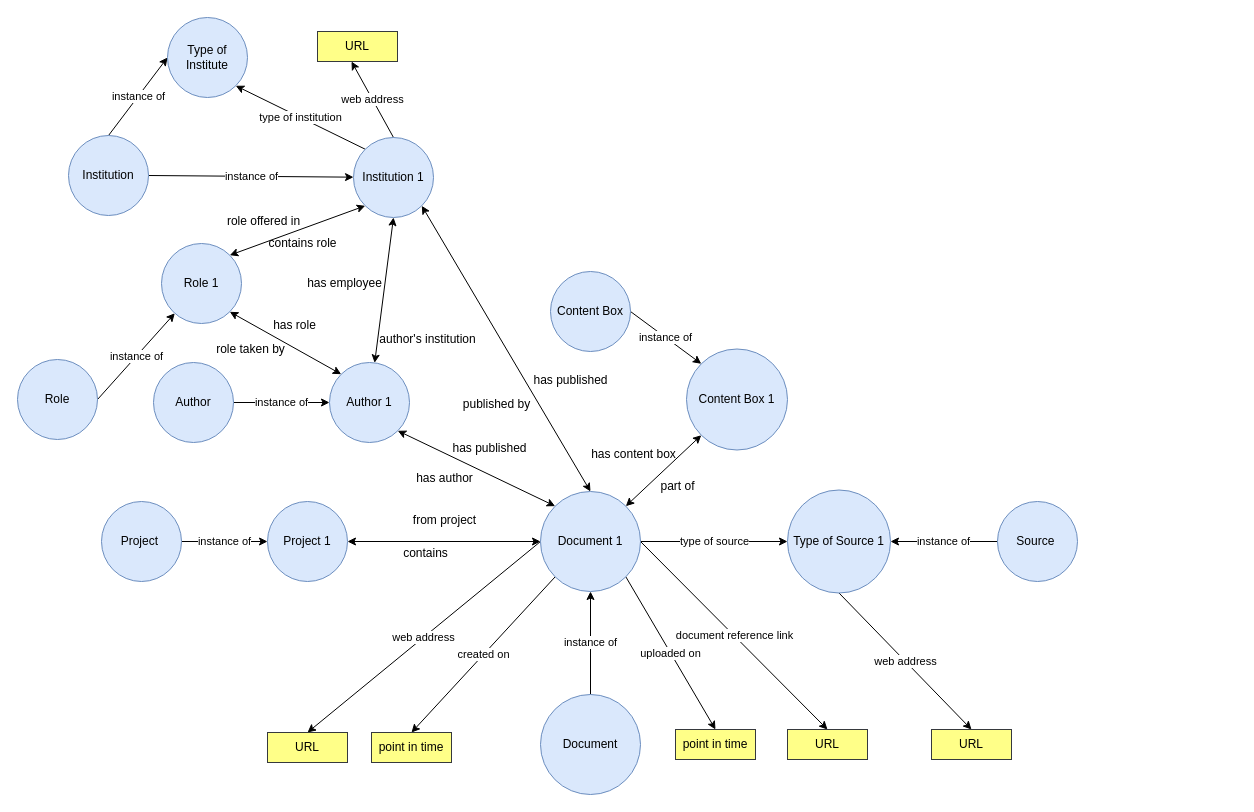
Before: data/notes/WI-IAT2022-Ontology.drawio in argahsuknesib/DisabilityWikibase-DocumentMetaData, a draw.io diagram. Source tidied: cells renumbered, new cells numbered last; positions are measured from the earlier drawing's top-left corner, leaving out a move shared by most shapes. Both pictures are drawn from the tidied source at 100%, with x=0, y=0 at pixel (17, 17).
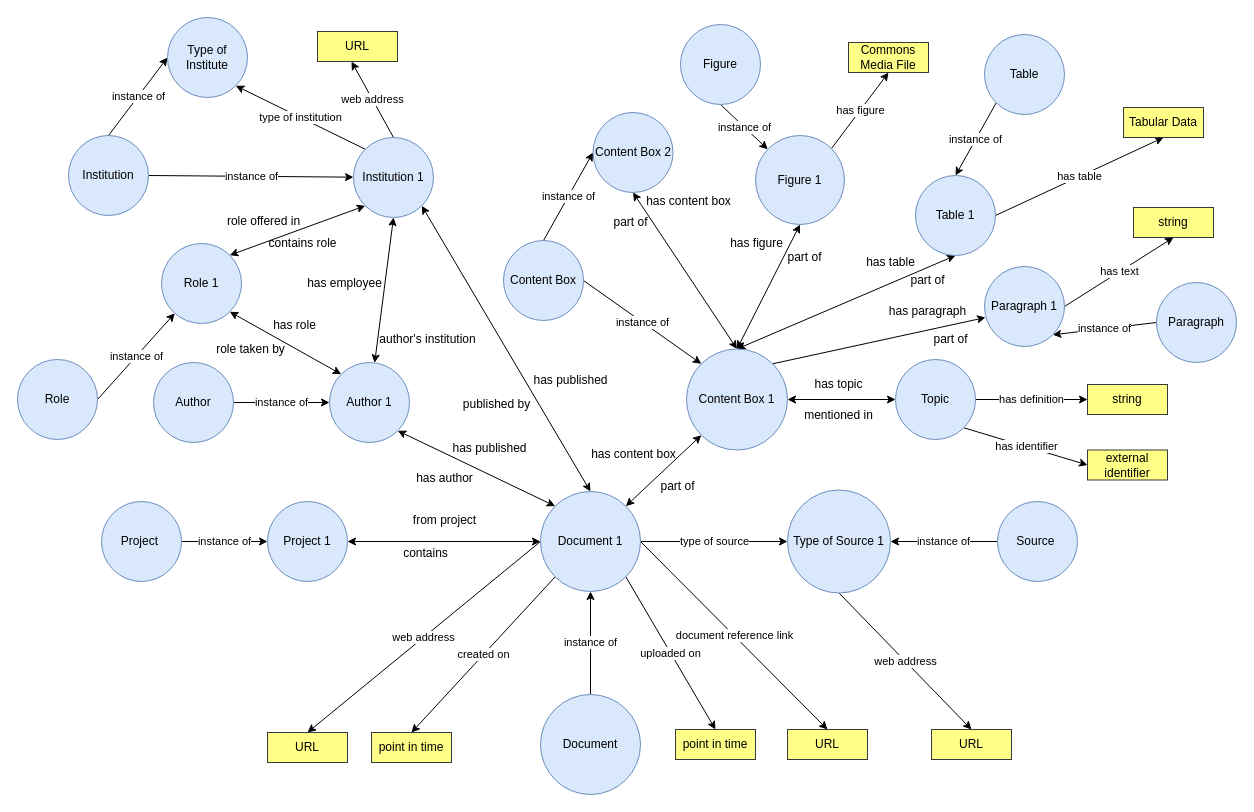
The same page after the edit.

Unchanged cells that the change refers to:
```xml
<mxCell id="55" value="Content Box 1" style="ellipse;whiteSpace=wrap;html=1;fillColor=#dae8fc;strokeColor=#6c8ebf;" parent="1" vertex="1">
  <mxGeometry x="669" y="331.5" width="101" height="101" as="geometry" />
</mxCell>
```

What changed in the source:
```diff
@@
+    <mxCell id="60" style="edgeStyle=none;rounded=0;jettySize=auto;html=1;exitX=1;exitY=0.5;exitDx=0;exitDy=0;startArrow=classic;startFill=1;" parent="1" edge="1" source="55" target="68">
+      <mxGeometry relative="1" as="geometry" />
+    </mxCell>
+    <mxCell id="61" style="edgeStyle=none;rounded=0;jettySize=auto;html=1;exitX=1;exitY=0;exitDx=0;exitDy=0;entryX=0.013;entryY=0.638;entryDx=0;entryDy=0;entryPerimeter=0;startArrow=none;startFill=0;" parent="1" edge="1" source="55" target="74">
+      <mxGeometry relative="1" as="geometry" />
+    </mxCell>
+    <mxCell id="62" style="edgeStyle=none;rounded=0;jettySize=auto;html=1;exitX=0.5;exitY=0;exitDx=0;exitDy=0;entryX=0.5;entryY=1;entryDx=0;entryDy=0;startArrow=classic;startFill=1;" parent="1" edge="1" source="55" target="76">
+      <mxGeometry relative="1" as="geometry" />
+    </mxCell>
+    <mxCell id="63" style="edgeStyle=none;rounded=0;jettySize=auto;html=1;exitX=0.5;exitY=0;exitDx=0;exitDy=0;entryX=0.5;entryY=1;entryDx=0;entryDy=0;startArrow=classic;startFill=1;" parent="1" edge="1" source="55" target="78">
+      <mxGeometry relative="1" as="geometry" />
+    </mxCell>
+    <mxCell id="64" style="edgeStyle=none;rounded=0;jettySize=auto;html=1;exitX=0.5;exitY=0;exitDx=0;exitDy=0;entryX=0.5;entryY=1;entryDx=0;entryDy=0;startArrow=classic;startFill=1;" parent="1" edge="1" source="55" target="85">
+      <mxGeometry relative="1" as="geometry" />
+    </mxCell>
@@
+    <mxCell id="65" value="instance of" style="edgeStyle=none;rounded=0;jettySize=auto;html=1;exitX=0.5;exitY=0;exitDx=0;exitDy=0;entryX=0;entryY=0.5;entryDx=0;entryDy=0;startArrow=none;startFill=0;" parent="1" edge="1" source="59" target="85">
+      <mxGeometry relative="1" as="geometry" />
+    </mxCell>
     <mxCell id="59" value="Content Box" style="ellipse;whiteSpace=wrap;html=1;fillColor=#dae8fc;strokeColor=#6c8ebf;" parent="1" vertex="1">
-      <mxGeometry x="533" y="254" width="80" height="80" as="geometry" />
+      <mxGeometry x="486" y="223" width="80" height="80" as="geometry" />
     </mxCell>
+    <mxCell id="66" value="has definition" style="edgeStyle=none;rounded=0;jettySize=auto;html=1;exitX=1;exitY=0.5;exitDx=0;exitDy=0;entryX=0;entryY=0.5;entryDx=0;entryDy=0;startArrow=none;startFill=0;" parent="1" edge="1" source="68" target="72">
+      <mxGeometry relative="1" as="geometry" />
+    </mxCell>
+    <mxCell id="67" value="has identifier" style="edgeStyle=none;rounded=0;jettySize=auto;html=1;exitX=1;exitY=1;exitDx=0;exitDy=0;entryX=0;entryY=0.5;entryDx=0;entryDy=0;startArrow=none;startFill=0;" parent="1" edge="1" source="68" target="71">
+      <mxGeometry relative="1" as="geometry" />
+    </mxCell>
+    <mxCell id="68" value="Topic" style="ellipse;whiteSpace=wrap;html=1;fillColor=#dae8fc;strokeColor=#6c8ebf;" parent="1" vertex="1">
+      <mxGeometry x="878" y="342" width="80" height="80" as="geometry" />
+    </mxCell>
+    <mxCell id="69" value="has topic" style="text;html=1;align=center;verticalAlign=middle;strokeColor=none;fillColor=none;" parent="1" vertex="1">
+      <mxGeometry x="792" y="358" width="58" height="18" as="geometry" />
+    </mxCell>
+    <mxCell id="70" value="mentioned in" style="text;html=1;align=center;verticalAlign=middle;strokeColor=none;fillColor=none;" parent="1" vertex="1">
+      <mxGeometry x="781.5" y="389" width="79" height="18" as="geometry" />
+    </mxCell>
+    <mxCell id="71" value="external identifier" style="whiteSpace=wrap;html=1;fillColor=#ffff88;strokeColor=#36393d;" parent="1" vertex="1">
+      <mxGeometry x="1070" y="432.5" width="80" height="30" as="geometry" />
+    </mxCell>
+    <mxCell id="72" value="string" style="whiteSpace=wrap;html=1;fillColor=#ffff88;strokeColor=#36393d;" parent="1" vertex="1">
+      <mxGeometry x="1070" y="367" width="80" height="30" as="geometry" />
+    </mxCell>
+    <mxCell id="73" value="has text" style="edgeStyle=none;rounded=0;jettySize=auto;html=1;exitX=1;exitY=0.5;exitDx=0;exitDy=0;entryX=0.5;entryY=1;entryDx=0;entryDy=0;startArrow=none;startFill=0;" parent="1" edge="1" source="74" target="90">
+      <mxGeometry relative="1" as="geometry" />
+    </mxCell>
+    <mxCell id="74" value="Paragraph 1" style="ellipse;whiteSpace=wrap;html=1;fillColor=#dae8fc;strokeColor=#6c8ebf;" parent="1" vertex="1">
+      <mxGeometry x="967" y="249" width="80" height="80" as="geometry" />
+    </mxCell>
+    <mxCell id="75" value="has table" style="edgeStyle=none;rounded=0;jettySize=auto;html=1;exitX=1;exitY=0.5;exitDx=0;exitDy=0;entryX=0.5;entryY=1;entryDx=0;entryDy=0;startArrow=none;startFill=0;" parent="1" edge="1" source="76" target="89">
+      <mxGeometry relative="1" as="geometry" />
+    </mxCell>
+    <mxCell id="76" value="Table 1" style="ellipse;whiteSpace=wrap;html=1;fillColor=#dae8fc;strokeColor=#6c8ebf;" parent="1" vertex="1">
+      <mxGeometry x="898" y="158" width="80" height="80" as="geometry" />
+    </mxCell>
+    <mxCell id="77" value="has figure" style="edgeStyle=none;rounded=0;jettySize=auto;html=1;exitX=1;exitY=0;exitDx=0;exitDy=0;entryX=0.5;entryY=1;entryDx=0;entryDy=0;startArrow=none;startFill=0;" parent="1" edge="1" source="78" target="88">
+      <mxGeometry relative="1" as="geometry" />
+    </mxCell>
+    <mxCell id="78" value="Figure 1" style="ellipse;whiteSpace=wrap;html=1;fillColor=#dae8fc;strokeColor=#6c8ebf;" parent="1" vertex="1">
+      <mxGeometry x="738" y="118" width="89" height="89" as="geometry" />
+    </mxCell>
+    <mxCell id="79" value="has paragraph" style="text;html=1;align=center;verticalAlign=middle;strokeColor=none;fillColor=none;" parent="1" vertex="1">
+      <mxGeometry x="866" y="285" width="87" height="18" as="geometry" />
+    </mxCell>
+    <mxCell id="80" value="part of" style="text;html=1;align=center;verticalAlign=middle;strokeColor=none;fillColor=none;" parent="1" vertex="1">
+      <mxGeometry x="911" y="313" width="44" height="18" as="geometry" />
+    </mxCell>
+    <mxCell id="81" value="has table" style="text;html=1;align=center;verticalAlign=middle;strokeColor=none;fillColor=none;" parent="1" vertex="1">
+      <mxGeometry x="843" y="236" width="59" height="18" as="geometry" />
+    </mxCell>
+    <mxCell id="82" value="part of" style="text;html=1;align=center;verticalAlign=middle;strokeColor=none;fillColor=none;" parent="1" vertex="1">
+      <mxGeometry x="887.5" y="254" width="44" height="18" as="geometry" />
+    </mxCell>
+    <mxCell id="83" value="has figure" style="text;html=1;align=center;verticalAlign=middle;strokeColor=none;fillColor=none;" parent="1" vertex="1">
+      <mxGeometry x="707" y="217" width="63" height="18" as="geometry" />
+    </mxCell>
+    <mxCell id="84" value="part of" style="text;html=1;align=center;verticalAlign=middle;strokeColor=none;fillColor=none;" parent="1" vertex="1">
+      <mxGeometry x="765" y="231" width="44" height="18" as="geometry" />
+    </mxCell>
+    <mxCell id="85" value="Content Box 2" style="ellipse;whiteSpace=wrap;html=1;fillColor=#dae8fc;strokeColor=#6c8ebf;" parent="1" vertex="1">
+      <mxGeometry x="575.5" y="95" width="80" height="80" as="geometry" />
+    </mxCell>
+    <mxCell id="86" value="has content box" style="text;html=1;align=center;verticalAlign=middle;strokeColor=none;fillColor=none;" parent="1" vertex="1">
+      <mxGeometry x="623" y="175" width="95" height="18" as="geometry" />
+    </mxCell>
+    <mxCell id="87" value="part of" style="text;html=1;align=center;verticalAlign=middle;strokeColor=none;fillColor=none;" parent="1" vertex="1">
+      <mxGeometry x="591" y="196" width="44" height="18" as="geometry" />
+    </mxCell>
+    <mxCell id="88" value="Commons Media File" style="whiteSpace=wrap;html=1;fillColor=#ffff88;strokeColor=#36393d;" parent="1" vertex="1">
+      <mxGeometry x="831" y="25" width="80" height="30" as="geometry" />
+    </mxCell>
+    <mxCell id="89" value="Tabular Data" style="whiteSpace=wrap;html=1;fillColor=#ffff88;strokeColor=#36393d;" parent="1" vertex="1">
+      <mxGeometry x="1106" y="90" width="80" height="30" as="geometry" />
+    </mxCell>
+    <mxCell id="90" value="string" style="whiteSpace=wrap;html=1;fillColor=#ffff88;strokeColor=#36393d;" parent="1" vertex="1">
+      <mxGeometry x="1116" y="190" width="80" height="30" as="geometry" />
+    </mxCell>
+    <mxCell id="91" value="instance of" style="edgeStyle=none;rounded=0;jettySize=auto;html=1;exitX=0;exitY=0.5;exitDx=0;exitDy=0;entryX=1;entryY=1;entryDx=0;entryDy=0;startArrow=none;startFill=0;" parent="1" edge="1" source="92" target="74">
+      <mxGeometry relative="1" as="geometry" />
+    </mxCell>
+    <mxCell id="92" value="Paragraph" style="ellipse;whiteSpace=wrap;html=1;fillColor=#dae8fc;strokeColor=#6c8ebf;" parent="1" vertex="1">
+      <mxGeometry x="1139" y="265" width="80" height="80" as="geometry" />
+    </mxCell>
+    <mxCell id="93" value="instance of" style="edgeStyle=none;rounded=0;jettySize=auto;html=1;exitX=0;exitY=1;exitDx=0;exitDy=0;entryX=0.5;entryY=0;entryDx=0;entryDy=0;startArrow=none;startFill=0;" parent="1" edge="1" source="94" target="76">
+      <mxGeometry relative="1" as="geometry" />
+    </mxCell>
+    <mxCell id="94" value="Table" style="ellipse;whiteSpace=wrap;html=1;fillColor=#dae8fc;strokeColor=#6c8ebf;" parent="1" vertex="1">
+      <mxGeometry x="967" y="17" width="80" height="80" as="geometry" />
+    </mxCell>
+    <mxCell id="95" value="instance of" style="edgeStyle=none;rounded=0;jettySize=auto;html=1;exitX=0.5;exitY=1;exitDx=0;exitDy=0;startArrow=none;startFill=0;" parent="1" edge="1" source="96" target="78">
+      <mxGeometry relative="1" as="geometry" />
+    </mxCell>
+    <mxCell id="96" value="Figure" style="ellipse;whiteSpace=wrap;html=1;fillColor=#dae8fc;strokeColor=#6c8ebf;" parent="1" vertex="1">
+      <mxGeometry x="663" y="7" width="80" height="80" as="geometry" />
+    </mxCell>
```
